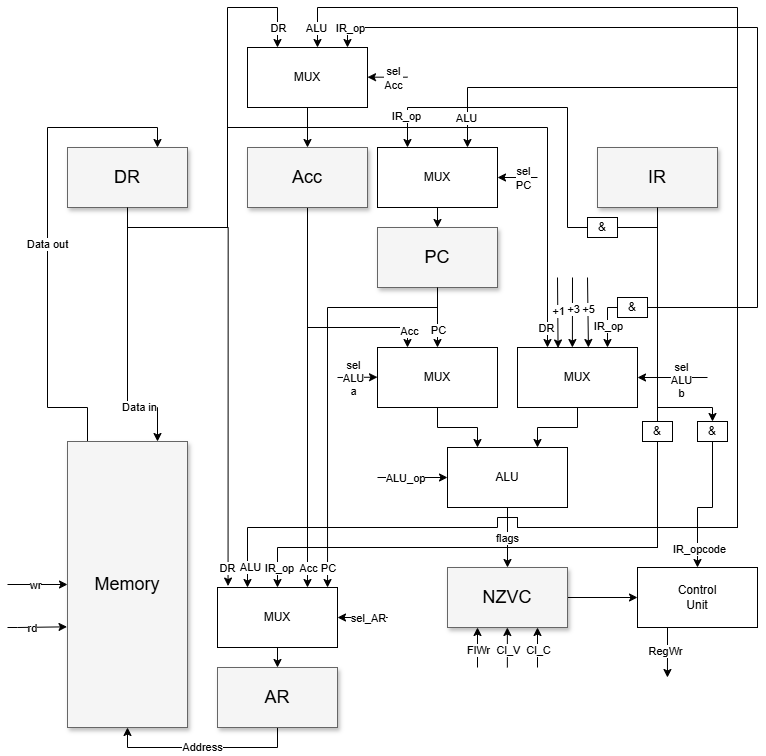
Above: Acc.drawio.png in sircuspelle/e-commerce-feature-selection (draw.io), before the change. Source tidied: cells renumbered, new cells last; positions are measured from the earlier drawing's top-left corner, leaving out a move shared by most shapes.
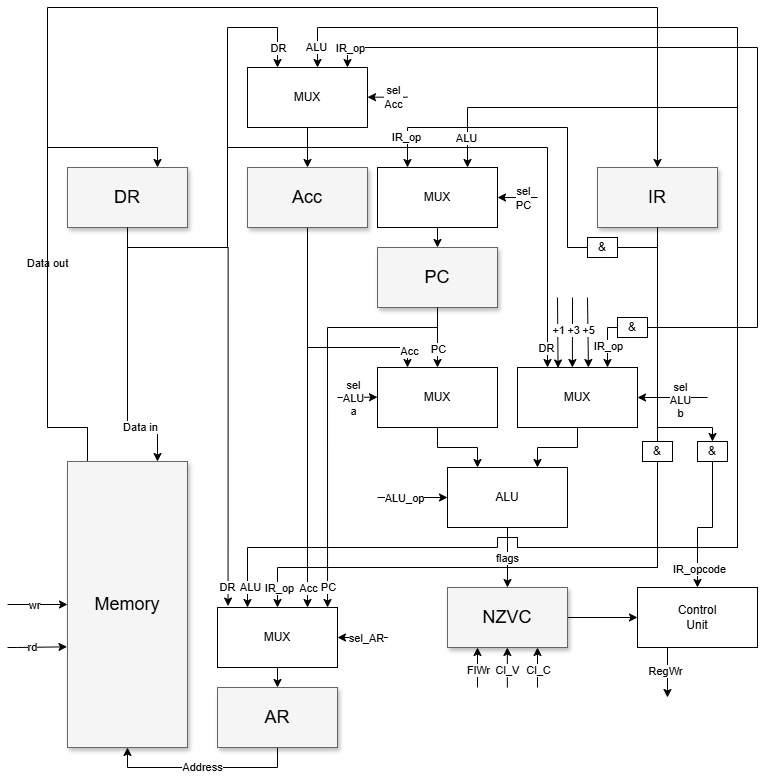
The same diagram one commit later.

Commit message:
temporaty to publish-2

Diff of the diagram source:
```diff
@@ -12,6 +12,17 @@
         </Array>
       </mxGeometry>
     </mxCell>
+    <mxCell id="94" style="edgeStyle=orthogonalEdgeStyle;rounded=0;jettySize=auto;html=1;exitX=0.25;exitY=0;exitDx=0;exitDy=0;entryX=0.5;entryY=0;entryDx=0;entryDy=0;" parent="1" edge="1" source="3" target="13">
+      <mxGeometry relative="1" as="geometry">
+        <Array as="points">
+          <mxPoint x="80" y="434" />
+          <mxPoint x="80" y="400" />
+          <mxPoint x="40" y="400" />
+          <mxPoint x="40" y="-20" />
+          <mxPoint x="650" y="-20" />
+        </Array>
+      </mxGeometry>
+    </mxCell>
     <mxCell id="3" value="Memory" style="whiteSpace=wrap;html=1;shadow=1;fontSize=18;fillColor=#f5f5f5;strokeColor=#666666;" parent="1" vertex="1">
       <mxGeometry x="60" y="434" width="120" height="286" as="geometry" />
     </mxCell>
```
